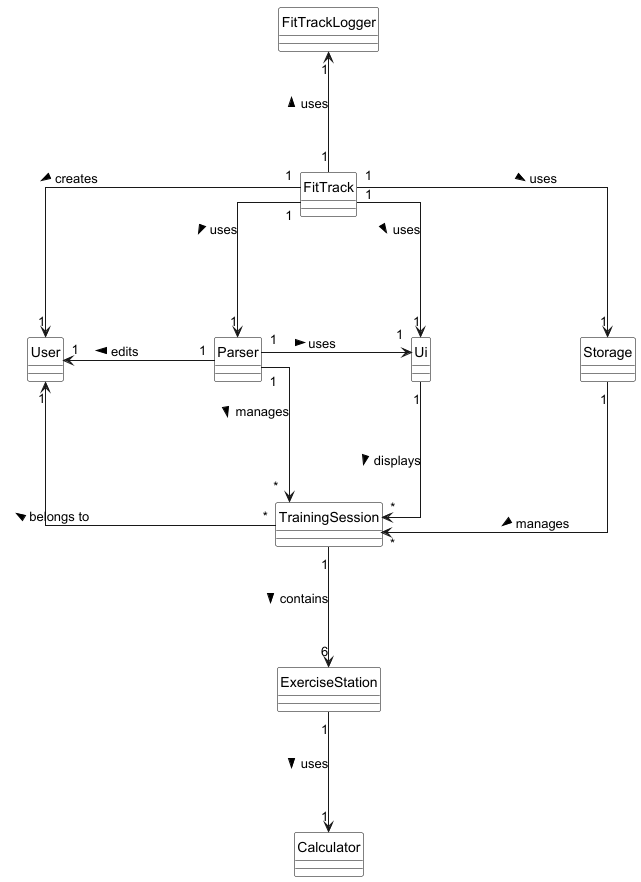
The PlantUML diagram docs/Images/Class_Overall.png in nus-cs2113-AY2425S1/tp, before a commit.
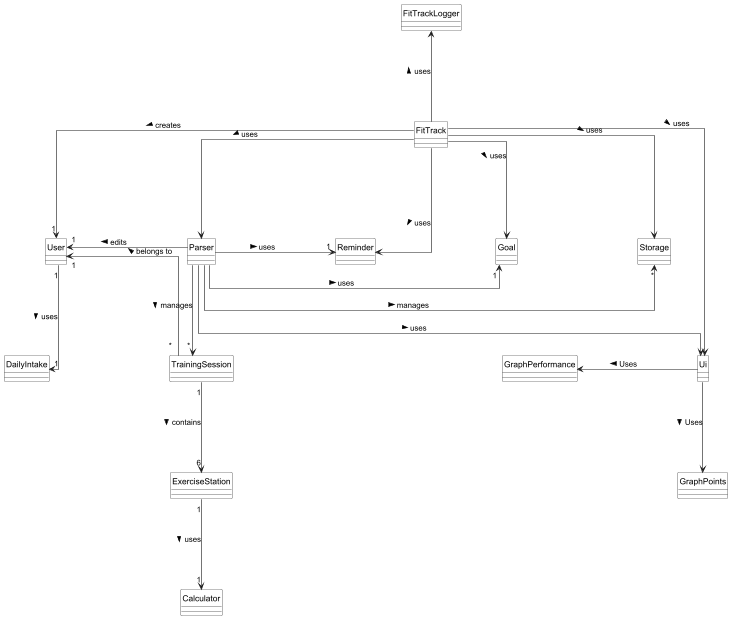
After the commit.

What changed in the source:
```diff
@@ -1,7 +1,7 @@
 @startuml
 skinparam linetype ortho
-skinparam nodesep 150
-skinparam ranksep 120
+skinparam nodesep 200
+skinparam ranksep 150
 hide circle
 skinparam classAttributeIconSize 0
 skinparam classBackgroundColor White
@@ -34,21 +34,43 @@
 class Calculator {
 }
 
-FitTrack "1" --> "1" Storage : uses >
-FitTrack "1" -up-> "1" FitTrackLogger : uses >
-FitTrack "1" -down-> "1" User : creates >
-FitTrack "1" -down-> "1" Parser : uses >
-FitTrack "1" -down-> "1" Ui : uses >
+class GraphPerformance {
+}
 
-Storage "1" --> "*" TrainingSession : manages >
+class GraphPoints {
+}
 
-Parser "1" -right-> "1" Ui : uses >
-Parser "1" -left-> "1" User : edits >
-Parser "1" --> "*" TrainingSession : manages >
+class Reminder {
+}
 
-Ui "1" --> "*" TrainingSession : displays >
+class Goal {
+}
 
-TrainingSession "*" --> "1" User : belongs to >
+class DailyIntake {
+}
+
+FitTrack -up-> FitTrackLogger : uses >
+FitTrack --> Reminder : uses >
+FitTrack --> Storage : uses >
+FitTrack --> Goal : uses >
+FitTrack --> "1" User : creates >
+FitTrack --> Parser : uses >
+FitTrack --> Ui : uses >
+
+User "1" --> "1" DailyIntake: uses >
+
+
+Parser --> Ui : uses >
+Parser -left-> "1" User : edits >
+Parser --> "*" TrainingSession : manages >
+Parser -right-> "*" Storage : manages >
+Parser -right-> "1" Goal : uses >
+Parser -right-> "1" Reminder : uses >
+
+Ui -left-> GraphPerformance: Uses >
+Ui --> GraphPoints: Uses >
+
+TrainingSession "*" -left-> "1" User : belongs to >
 TrainingSession "1" -down-> "6" ExerciseStation : contains >
 
 ExerciseStation "1" -down-> "1" Calculator : uses >
```
